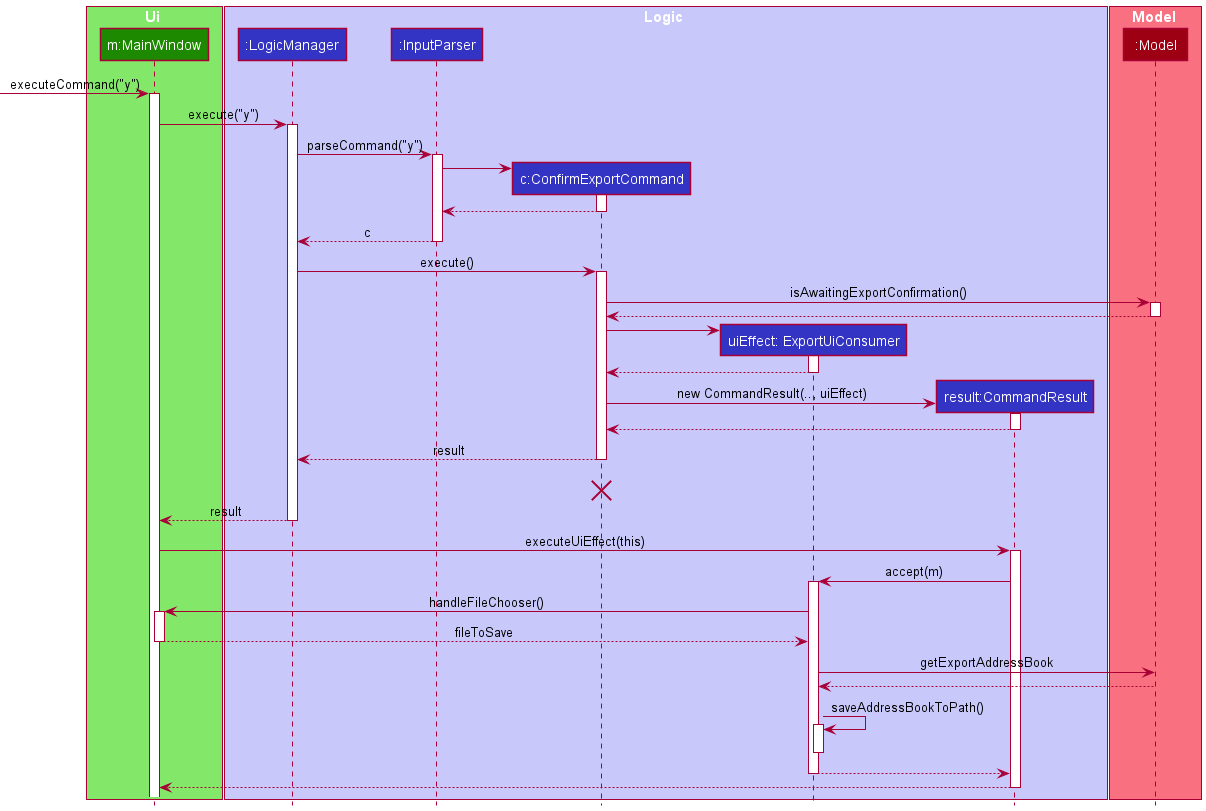
The PlantUML diagram docs/images/ConfirmExportSequenceDiagram.png in vigneshsankariyer1234567890/tp, before a commit.
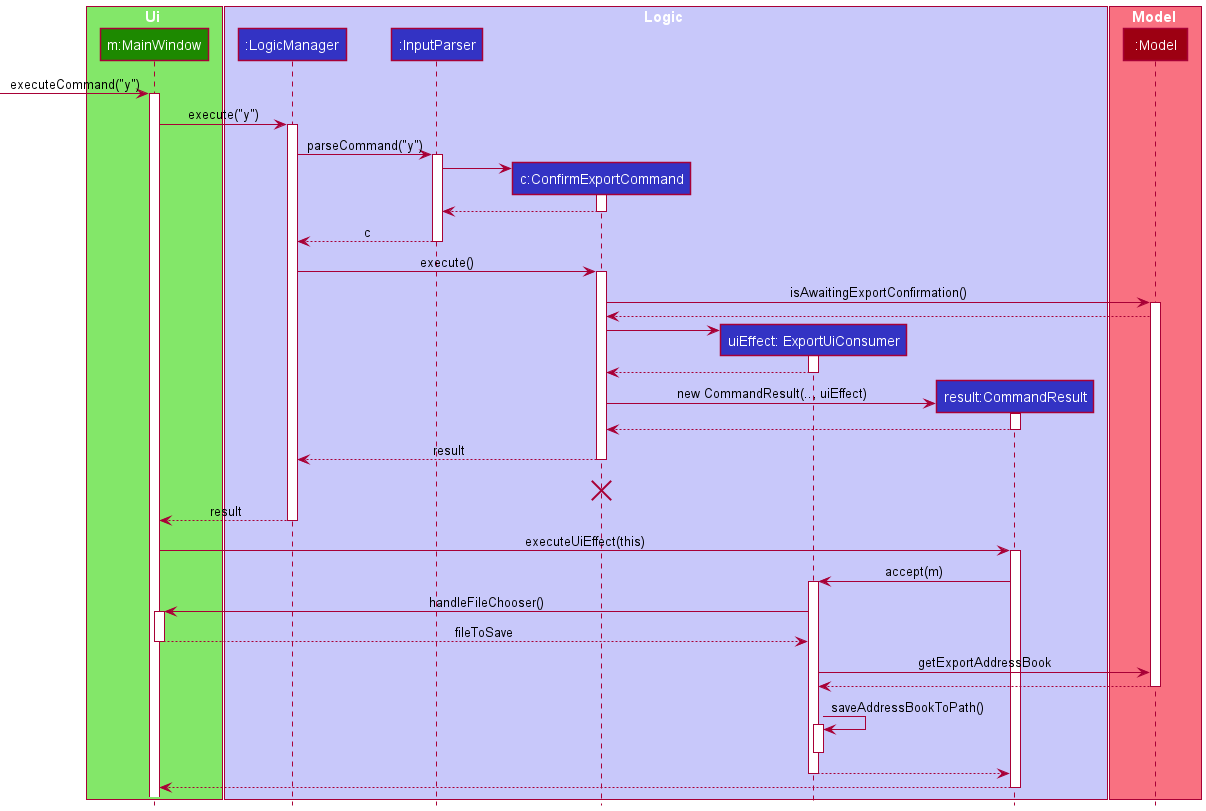
The same diagram one commit later.

Commit message:
Fix undo merge and confirmExport diagram

Change to the diagram source:
```diff
@@ -42,7 +42,6 @@
 ConfirmExportCommand -> Model : isAwaitingExportConfirmation()
 activate Model
 Model --> ConfirmExportCommand
-deactivate Model
 
 create UiConsumer
 ConfirmExportCommand -> UiConsumer
@@ -78,6 +77,7 @@
 
 UiConsumer -> Model : getExportAddressBook
 Model --> UiConsumer
+deactivate Model
 
 UiConsumer -> UiConsumer : saveAddressBookToPath()
 activate UiConsumer
```
